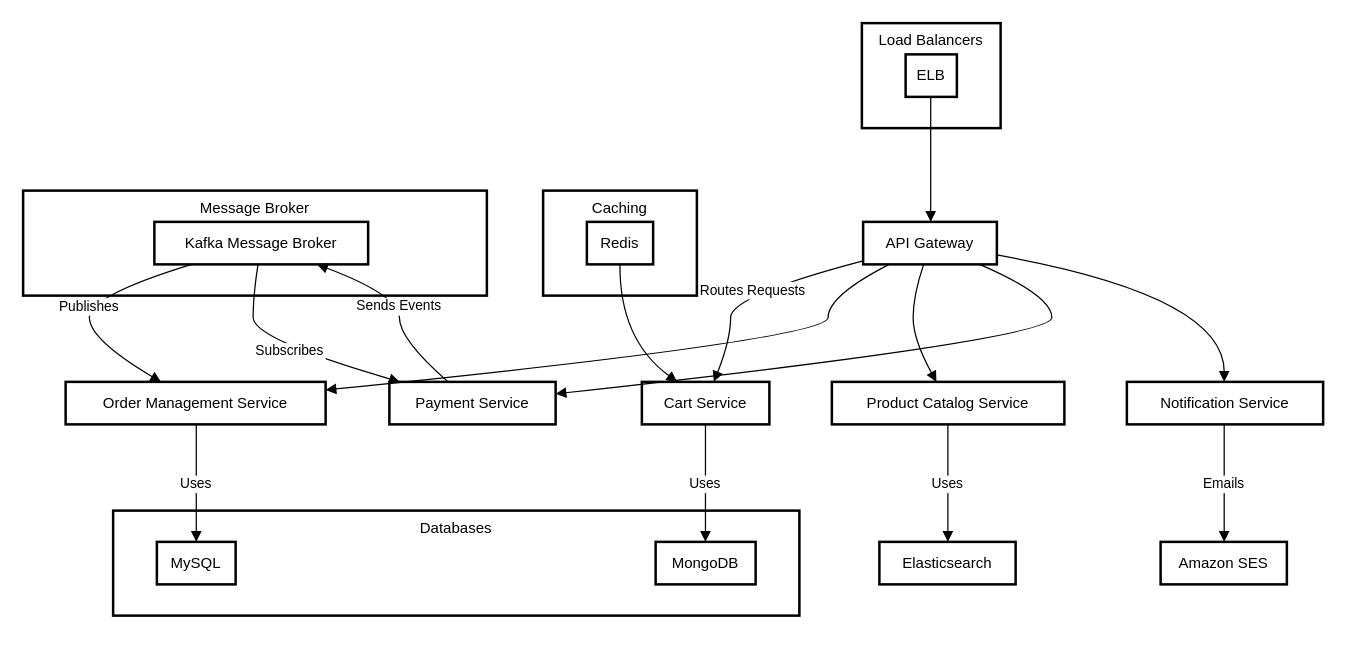
Before: SystemArchitecture/SystemArchitecture.drawio in goelvinay5/WoolfProjectDocumentation, a draw.io diagram. Source tidied: cells renumbered, new cells numbered last; positions are measured from the earlier drawing's top-left corner, leaving out a move shared by most shapes. Both pictures are drawn from the tidied source at 125%, with x=0, y=0 at pixel (22, 22).
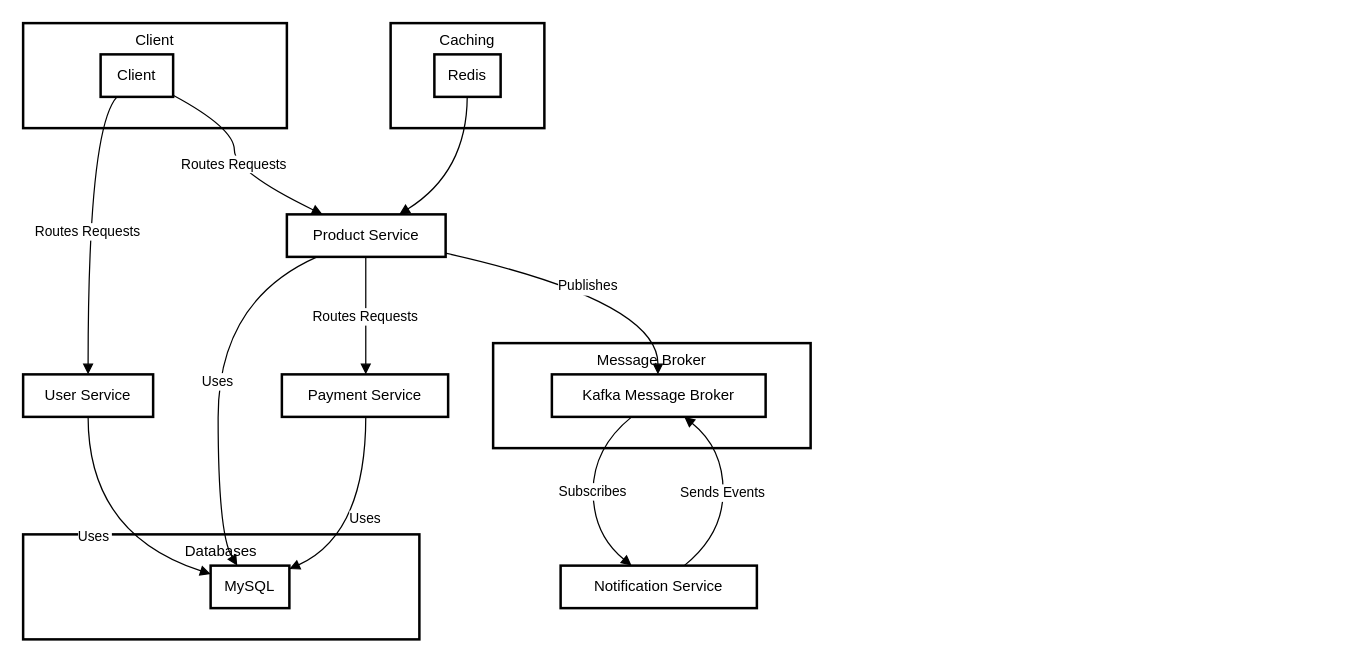
After the change.

Diff of the diagram source:
```diff
@@
     <mxCell id="2" value="Message Broker" style="whiteSpace=wrap;strokeWidth=2;verticalAlign=top;" parent="1" vertex="1">
-      <mxGeometry y="134" width="371" height="84" as="geometry" />
+      <mxGeometry x="376" y="256" width="254" height="84" as="geometry" />
     </mxCell>
     <mxCell id="3" value="Kafka Message Broker" style="whiteSpace=wrap;strokeWidth=2;" parent="1" vertex="1">
-      <mxGeometry x="105" y="159" width="171" height="34" as="geometry" />
+      <mxGeometry x="423" y="281" width="171" height="34" as="geometry" />
     </mxCell>
     <mxCell id="4" value="Databases" style="whiteSpace=wrap;strokeWidth=2;verticalAlign=top;" parent="1" vertex="1">
-      <mxGeometry x="72" y="390" width="549" height="84" as="geometry" />
+      <mxGeometry y="409" width="317" height="84" as="geometry" />
     </mxCell>
     <mxCell id="5" value="MySQL" style="whiteSpace=wrap;strokeWidth=2;" parent="1" vertex="1">
-      <mxGeometry x="107" y="415" width="63" height="34" as="geometry" />
+      <mxGeometry x="150" y="434" width="63" height="34" as="geometry" />
     </mxCell>
-    <mxCell id="6" value="MongoDB" style="whiteSpace=wrap;strokeWidth=2;" parent="1" vertex="1">
-      <mxGeometry x="506" y="415" width="80" height="34" as="geometry" />
-    </mxCell>
     <mxCell id="7" value="Caching" style="whiteSpace=wrap;strokeWidth=2;verticalAlign=top;" parent="1" vertex="1">
-      <mxGeometry x="416" y="134" width="123" height="84" as="geometry" />
+      <mxGeometry x="294" width="123" height="84" as="geometry" />
     </mxCell>
     <mxCell id="8" value="Redis" style="whiteSpace=wrap;strokeWidth=2;" parent="1" vertex="1">
-      <mxGeometry x="451" y="159" width="53" height="34" as="geometry" />
+      <mxGeometry x="329" y="25" width="53" height="34" as="geometry" />
     </mxCell>
-    <mxCell id="9" value="Load Balancers" style="whiteSpace=wrap;strokeWidth=2;verticalAlign=top;" parent="1" vertex="1">
-      <mxGeometry x="671" width="111" height="84" as="geometry" />
-    </mxCell>
-    <mxCell id="10" value="ELB" style="whiteSpace=wrap;strokeWidth=2;" parent="1" vertex="1">
-      <mxGeometry x="706" y="25" width="41" height="34" as="geometry" />
-    </mxCell>
-    <mxCell id="11" value="API Gateway" style="whiteSpace=wrap;strokeWidth=2;" parent="1" vertex="1">
-      <mxGeometry x="672" y="159" width="107" height="34" as="geometry" />
-    </mxCell>
-    <mxCell id="12" value="Cart Service" style="whiteSpace=wrap;strokeWidth=2;" parent="1" vertex="1">
-      <mxGeometry x="495" y="287" width="102" height="34" as="geometry" />
-    </mxCell>
-    <mxCell id="13" value="Order Management Service" style="whiteSpace=wrap;strokeWidth=2;" parent="1" vertex="1">
-      <mxGeometry x="34" y="287" width="208" height="34" as="geometry" />
-    </mxCell>
-    <mxCell id="14" value="Product Catalog Service" style="whiteSpace=wrap;strokeWidth=2;" parent="1" vertex="1">
-      <mxGeometry x="647" y="287" width="186" height="34" as="geometry" />
-    </mxCell>
+    <mxCell id="33" value="Client" style="whiteSpace=wrap;strokeWidth=2;verticalAlign=top;" parent="1" vertex="1">
+      <mxGeometry width="211" height="84" as="geometry" />
+    </mxCell>
+    <mxCell id="34" value="Client" style="whiteSpace=wrap;strokeWidth=2;" parent="1" vertex="1">
+      <mxGeometry x="62" y="25" width="58" height="34" as="geometry" />
+    </mxCell>
+    <mxCell id="35" value="User Service" style="whiteSpace=wrap;strokeWidth=2;" parent="1" vertex="1">
+      <mxGeometry y="281" width="104" height="34" as="geometry" />
+    </mxCell>
+    <mxCell id="36" value="Product Service" style="whiteSpace=wrap;strokeWidth=2;" parent="1" vertex="1">
+      <mxGeometry x="211" y="153" width="127" height="34" as="geometry" />
+    </mxCell>
     <mxCell id="15" value="Payment Service" style="whiteSpace=wrap;strokeWidth=2;" parent="1" vertex="1">
-      <mxGeometry x="293" y="287" width="133" height="34" as="geometry" />
+      <mxGeometry x="207" y="281" width="133" height="34" as="geometry" />
     </mxCell>
     <mxCell id="16" value="Notification Service" style="whiteSpace=wrap;strokeWidth=2;" parent="1" vertex="1">
-      <mxGeometry x="883" y="287" width="157" height="34" as="geometry" />
+      <mxGeometry x="430" y="434" width="157" height="34" as="geometry" />
     </mxCell>
-    <mxCell id="17" value="Elasticsearch" style="whiteSpace=wrap;strokeWidth=2;" parent="1" vertex="1">
-      <mxGeometry x="685" y="415" width="109" height="34" as="geometry" />
-    </mxCell>
-    <mxCell id="18" value="Amazon SES" style="whiteSpace=wrap;strokeWidth=2;" parent="1" vertex="1">
-      <mxGeometry x="910" y="415" width="101" height="34" as="geometry" />
-    </mxCell>
-    <mxCell id="19" value="Routes Requests" style="curved=1;startArrow=none;endArrow=block;exitX=0.004125292056074766;exitY=0.9142594569892549;entryX=0.5644090653555109;entryY=0;rounded=0;" parent="1" edge="1" source="11" target="12">
-      <mxGeometry relative="1" as="geometry">
-        <Array as="points">
-          <mxPoint x="566" y="218" />
-          <mxPoint x="566" y="253" />
-        </Array>
-      </mxGeometry>
-    </mxCell>
-    <mxCell id="20" style="curved=1;startArrow=none;endArrow=block;exitX=0.19537595265910143;exitY=1;entryX=1.0029954176682692;entryY=0.18812211557753458;rounded=0;" parent="1" edge="1" source="11" target="13">
-      <mxGeometry relative="1" as="geometry">
-        <Array as="points">
-          <mxPoint x="644" y="218" />
-          <mxPoint x="644" y="253" />
-        </Array>
-      </mxGeometry>
-    </mxCell>
-    <mxCell id="21" style="curved=1;startArrow=none;endArrow=block;exitX=0.452541322457721;exitY=1;entryX=0.44985093123629794;entryY=0;rounded=0;" parent="1" edge="1" source="11" target="14">
-      <mxGeometry relative="1" as="geometry">
-        <Array as="points">
-          <mxPoint x="712" y="218" />
-          <mxPoint x="712" y="253" />
-        </Array>
-      </mxGeometry>
-    </mxCell>
-    <mxCell id="22" style="curved=1;startArrow=none;endArrow=block;exitX=0.8706243741655545;exitY=1;entryX=0.999750352443609;entryY=0.28204917445423705;rounded=0;" parent="1" edge="1" source="11" target="15">
-      <mxGeometry relative="1" as="geometry">
-        <Array as="points">
-          <mxPoint x="823" y="218" />
-          <mxPoint x="823" y="253" />
-        </Array>
-      </mxGeometry>
-    </mxCell>
-    <mxCell id="23" style="curved=1;startArrow=none;endArrow=block;exitX=1.006388726635514;exitY=0.7821139536146873;entryX=0.49588226512738853;entryY=0;rounded=0;" parent="1" edge="1" source="11" target="16">
-      <mxGeometry relative="1" as="geometry">
-        <Array as="points">
-          <mxPoint x="961" y="218" />
-        </Array>
-      </mxGeometry>
-    </mxCell>
-    <mxCell id="24" value="Uses" style="curved=1;startArrow=none;endArrow=block;exitX=0.4987170649509804;exitY=1;entryX=0.4983642578125;entryY=0;rounded=0;" parent="1" edge="1" source="12" target="6">
-      <mxGeometry relative="1" as="geometry" />
-    </mxCell>
-    <mxCell id="25" value="Uses" style="curved=1;startArrow=none;endArrow=block;exitX=0.5024695763221154;exitY=1;entryX=0.5002170138888888;entryY=0;rounded=0;" parent="1" edge="1" source="13" target="5">
-      <mxGeometry relative="1" as="geometry" />
-    </mxCell>
-    <mxCell id="26" value="Uses" style="curved=1;startArrow=none;endArrow=block;exitX=0.49898143481182794;exitY=1;entryX=0.5028490538990825;entryY=0;rounded=0;" parent="1" edge="1" source="14" target="17">
-      <mxGeometry relative="1" as="geometry" />
-    </mxCell>
+    <mxCell id="37" value="Routes Requests" style="curved=1;startArrow=none;endArrow=block;exitX=0.2256845558805419;exitY=1;entryX=0.4997746394230769;entryY=0;rounded=0;" parent="1" edge="1" source="34" target="35">
+      <mxGeometry relative="1" as="geometry">
+        <Array as="points">
+          <mxPoint x="52" y="84" />
+        </Array>
+      </mxGeometry>
+    </mxCell>
+    <mxCell id="38" value="Routes Requests" style="curved=1;startArrow=none;endArrow=block;exitX=0.9994275323275862;exitY=0.9599466600945331;entryX=0.22411695039561186;entryY=0;rounded=0;" parent="1" edge="1" source="34" target="36">
+      <mxGeometry relative="1" as="geometry">
+        <Array as="points">
+          <mxPoint x="169" y="84" />
+          <mxPoint x="169" y="119" />
+        </Array>
+      </mxGeometry>
+    </mxCell>
+    <mxCell id="39" value="Routes Requests" style="curved=1;startArrow=none;endArrow=block;exitX=0.4970318651574803;exitY=1;entryX=0.5046845629699248;entryY=0;rounded=0;" parent="1" edge="1" source="36" target="15">
+      <mxGeometry relative="1" as="geometry" />
+    </mxCell>
+    <mxCell id="40" value="Uses" style="curved=1;startArrow=none;endArrow=block;exitX=0.4997746394230769;exitY=1;entryX=0.004743303571428571;entryY=0.20117062411140174;rounded=0;" parent="1" edge="1" source="35" target="5">
+      <mxGeometry relative="1" as="geometry">
+        <Array as="points">
+          <mxPoint x="52" y="409" />
+        </Array>
+      </mxGeometry>
+    </mxCell>
+    <mxCell id="41" value="Uses" style="curved=1;startArrow=none;endArrow=block;exitX=0.19042901560469383;exitY=1;entryX=0.3388516865079365;entryY=0;rounded=0;" parent="1" edge="1" source="36" target="5">
+      <mxGeometry relative="1" as="geometry">
+        <Array as="points">
+          <mxPoint x="156" y="222" />
+          <mxPoint x="156" y="409" />
+        </Array>
+      </mxGeometry>
+    </mxCell>
+    <mxCell id="42" value="Uses" style="curved=1;startArrow=none;endArrow=block;exitX=0.5046845629699248;exitY=1;entryX=1.0007750496031746;entryY=0.08077143901038607;rounded=0;" parent="1" edge="1" source="15" target="5">
+      <mxGeometry relative="1" as="geometry">
+        <Array as="points">
+          <mxPoint x="274" y="409" />
+        </Array>
+      </mxGeometry>
+    </mxCell>
-    <mxCell id="27" value="Sends Events" style="curved=1;startArrow=none;endArrow=block;exitX=0.3535412883695891;exitY=0;entryX=0.7613891499582289;entryY=1;rounded=0;" parent="1" edge="1" source="15" target="3">
+    <mxCell id="27" value="Sends Events" style="curved=1;startArrow=none;endArrow=block;exitX=0.6298422334698212;exitY=0;entryX=0.6192118751740463;entryY=1;rounded=0;" parent="1" edge="1" source="16" target="3">
       <mxGeometry relative="1" as="geometry">
         <Array as="points">
-          <mxPoint x="301" y="253" />
-          <mxPoint x="301" y="218" />
+          <mxPoint x="560" y="409" />
+          <mxPoint x="560" y="340" />
         </Array>
       </mxGeometry>
     </mxCell>
-    <mxCell id="28" value="Emails" style="curved=1;startArrow=none;endArrow=block;exitX=0.49588226512738853;exitY=1;entryX=0.5035001547029703;entryY=0;rounded=0;" parent="1" edge="1" source="16" target="18">
-      <mxGeometry relative="1" as="geometry" />
-    </mxCell>
-    <mxCell id="29" style="curved=1;startArrow=none;endArrow=block;exitX=0.4893292682926829;exitY=1;entryX=0.5052570093457944;entryY=0;rounded=0;" parent="1" edge="1" source="10" target="11">
-      <mxGeometry relative="1" as="geometry" />
-    </mxCell>
-    <mxCell id="30" style="curved=1;startArrow=none;endArrow=block;exitX=0.4994103773584906;exitY=1;entryX=0.27735657749143366;entryY=0;rounded=0;" parent="1" edge="1" source="8" target="12">
-      <mxGeometry relative="1" as="geometry">
-        <Array as="points">
-          <mxPoint x="477" y="253" />
-        </Array>
-      </mxGeometry>
-    </mxCell>
+    <mxCell id="43" style="curved=1;startArrow=none;endArrow=block;exitX=0.49576208726415094;exitY=1;entryX=0.7079621982742145;entryY=0;rounded=0;" parent="1" edge="1" source="8" target="36">
+      <mxGeometry relative="1" as="geometry">
+        <Array as="points">
+          <mxPoint x="355" y="119" />
+        </Array>
+      </mxGeometry>
+    </mxCell>
-    <mxCell id="31" value="Publishes" style="curved=1;startArrow=none;endArrow=block;exitX=0.17503176343636864;exitY=1;entryX=0.3670564954898712;entryY=0;rounded=0;" parent="1" edge="1" source="3" target="13">
+    <mxCell id="31" value="Publishes" style="curved=1;startArrow=none;endArrow=block;exitX=0.9957707923228346;exitY=0.9104643595493246;entryX=0.49626507675438597;entryY=0;rounded=0;" parent="1" edge="1" source="36" target="3">
       <mxGeometry relative="1" as="geometry">
         <Array as="points">
-          <mxPoint x="53" y="218" />
-          <mxPoint x="53" y="253" />
+          <mxPoint x="508" y="222" />
         </Array>
       </mxGeometry>
     </mxCell>
-    <mxCell id="32" value="Subscribes" style="curved=1;startArrow=none;endArrow=block;exitX=0.48483051160888324;exitY=1;entryX=0.06355747340134321;entryY=0;rounded=0;" parent="1" edge="1" source="3" target="15">
+    <mxCell id="32" value="Subscribes" style="curved=1;startArrow=none;endArrow=block;exitX=0.3733182783347256;exitY=1;entryX=0.3620218190779495;entryY=0;rounded=0;" parent="1" edge="1" source="3" target="16">
       <mxGeometry relative="1" as="geometry">
         <Array as="points">
-          <mxPoint x="184" y="218" />
-          <mxPoint x="184" y="253" />
+          <mxPoint x="456" y="340" />
+          <mxPoint x="456" y="409" />
         </Array>
       </mxGeometry>
     </mxCell>
```
